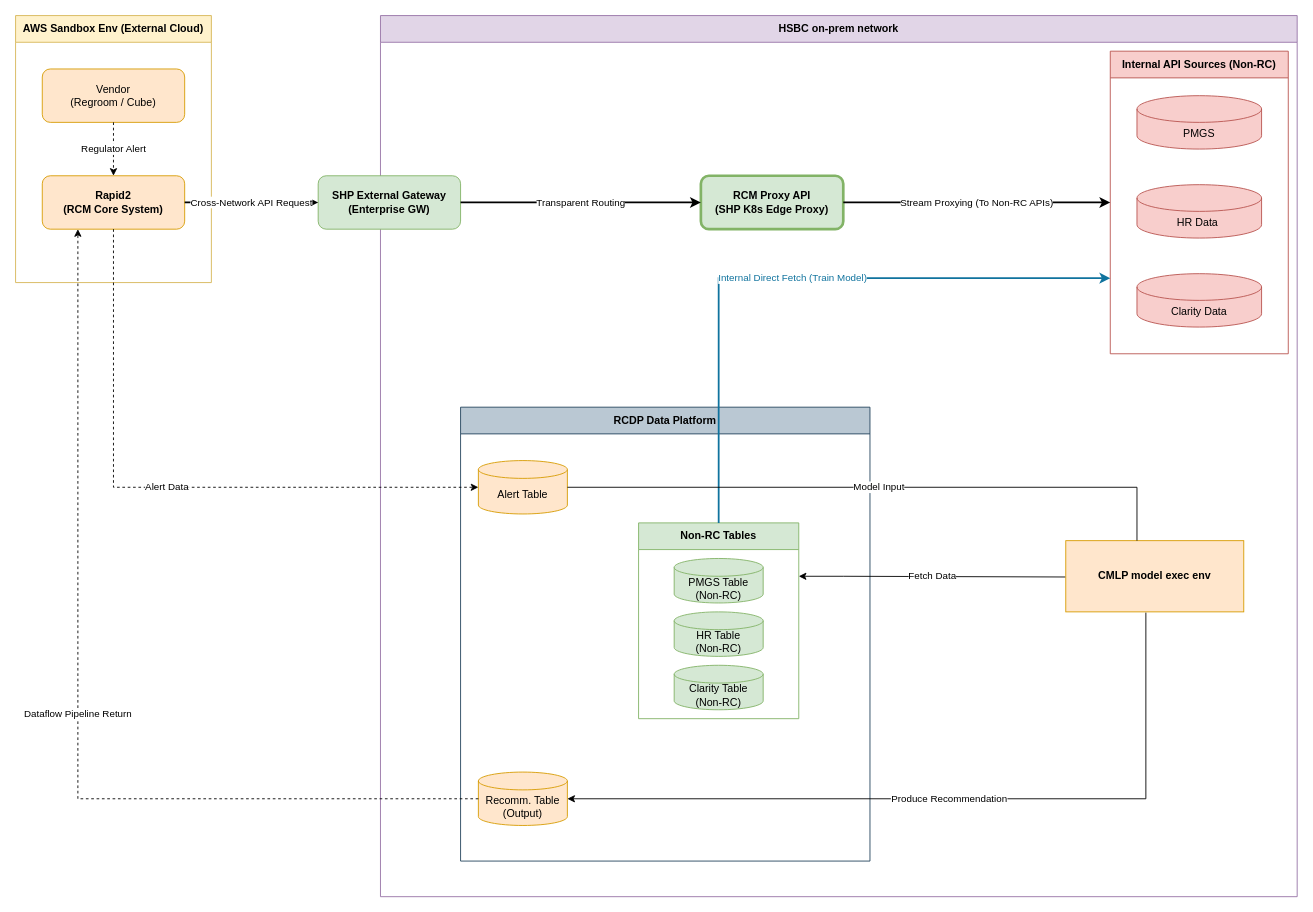
Above: drawio/rcm_architecture.drawio in nvd11/f_store (draw.io), before the change. Source tidied: cells renumbered, new cells numbered last; positions are measured from the earlier drawing's top-left corner, leaving out a move shared by most shapes. Both pictures are drawn from the tidied source at 89%, with x=0, y=0 at pixel (15, 15).
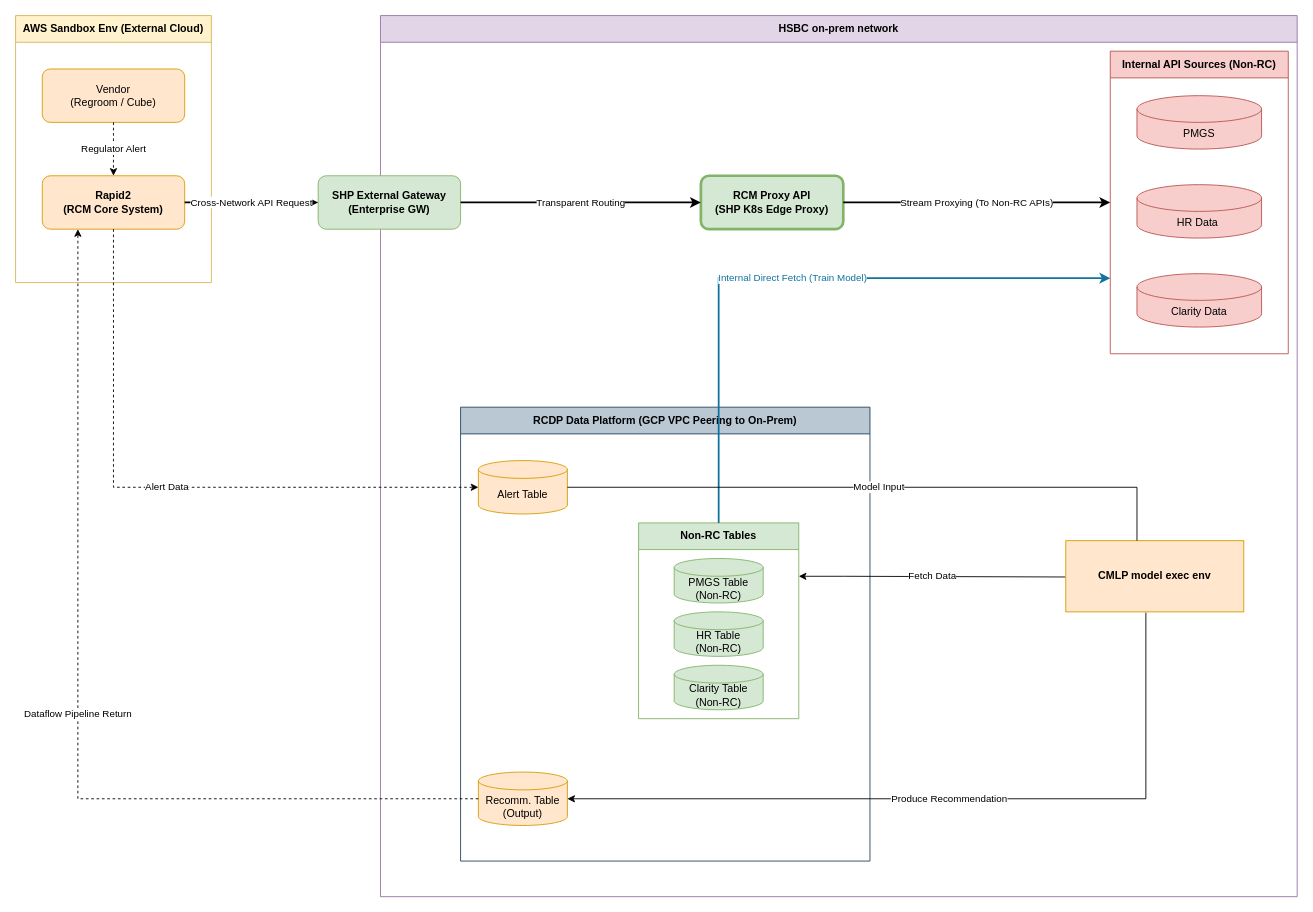
After the change.

Commit message:
docs(architecture): clarify RCDP GCP to On-Prem networking

The change refers to these unchanged cells:
```xml
<mxCell id="3" value="HSBC on-prem network" style="swimlane;whiteSpace=wrap;html=1;fillColor=#e1d5e7;strokeColor=#9673a6;startSize=30;fontStyle=1;" parent="1" vertex="1">
  <mxGeometry x="410" width="1030" height="990" as="geometry" />
</mxCell>
```

Change to the diagram source:
```diff
@@
-    <mxCell id="11" value="RCDP Data Platform" style="swimlane;whiteSpace=wrap;html=1;fillColor=#bac8d3;strokeColor=#23445d;startSize=30;fontStyle=1;" parent="3" vertex="1">
+    <mxCell id="11" value="RCDP Data Platform (GCP VPC Peering to On-Prem)" style="swimlane;whiteSpace=wrap;html=1;fillColor=#bac8d3;strokeColor=#23445d;startSize=30;fontStyle=1;" parent="3" vertex="1">
       <mxGeometry x="90" y="440" width="460" height="510" as="geometry" />
     </mxCell>
```
